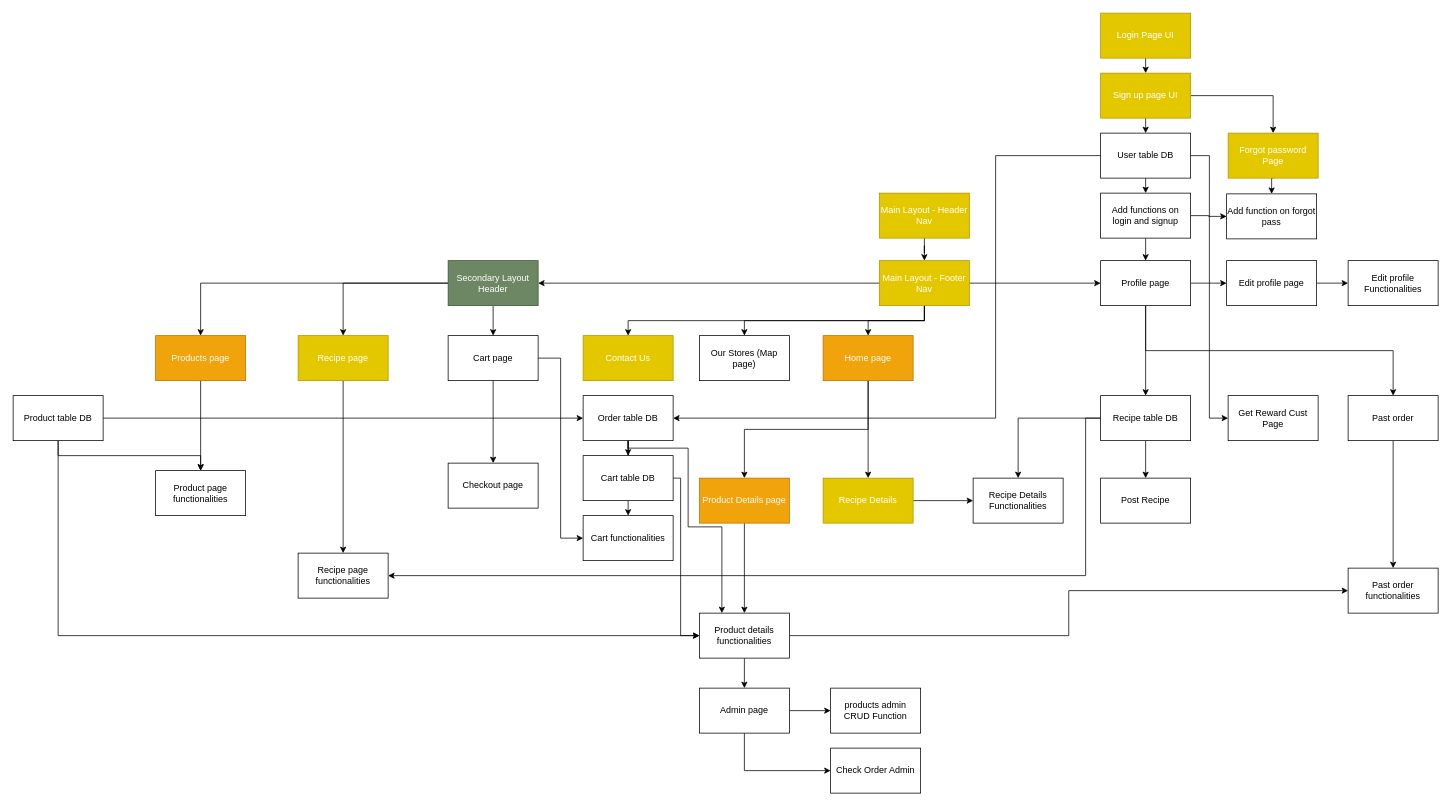
This is Untitled Diagram.drawio from Wavergg/721SoftwareEngineering, a draw.io file, before an edit. Source tidied: cells renumbered, new cells numbered last; positions are measured from the earlier drawing's top-left corner, leaving out a move shared by most shapes. Both pictures are drawn from the tidied source at 75%, with x=0, y=0 at pixel (13, 13).
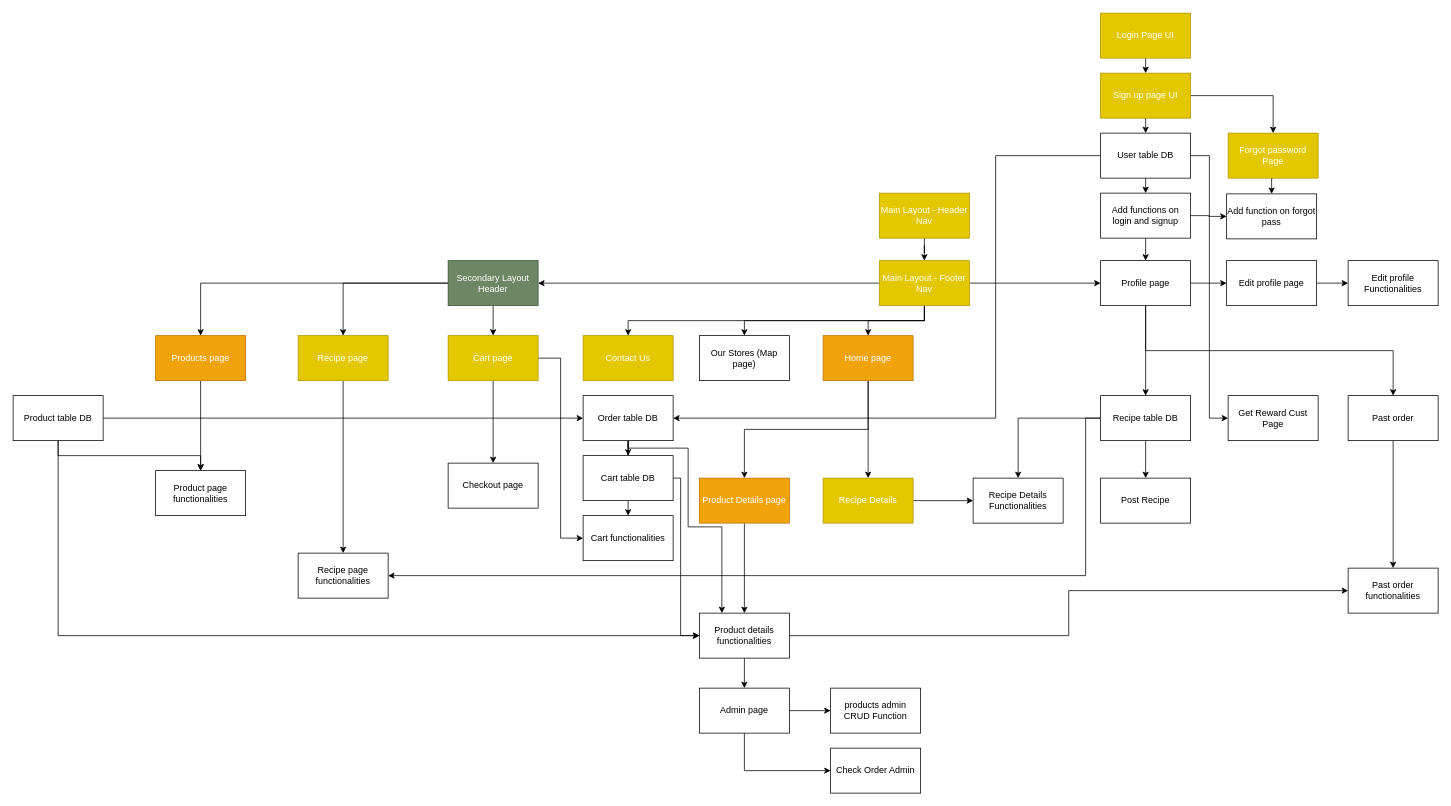
The same diagram, later.

Change to the diagram source:
```diff
@@
-    <mxCell id="54" value="Cart page" style="rounded=0;whiteSpace=wrap;html=1;" parent="1" vertex="1">
+    <mxCell id="54" value="Cart page" style="rounded=0;whiteSpace=wrap;html=1;fillColor=#e3c800;strokeColor=#B09500;fontColor=#ffffff;" parent="1" vertex="1">
       <mxGeometry x="580" y="430" width="120" height="60" as="geometry" />
     </mxCell>
```
